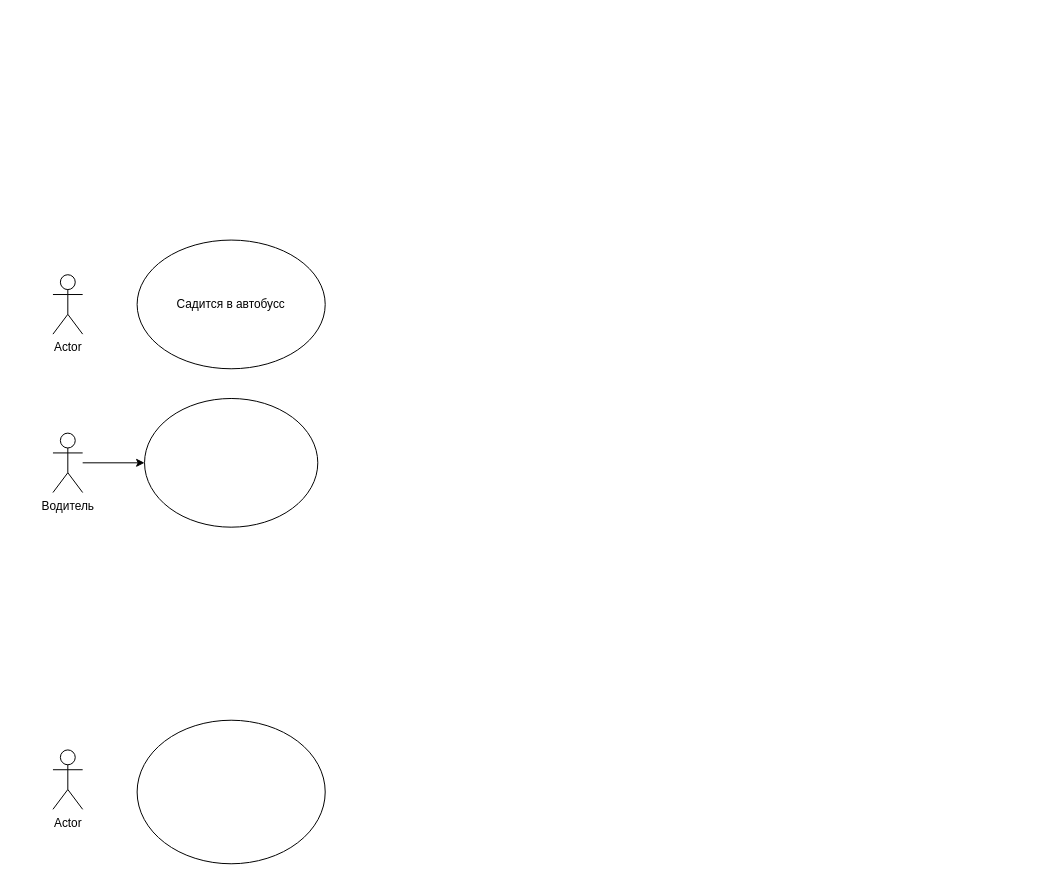
Earlier version of the draw.io diagram Диаграмма класссааааа без названия.drawio (L0g1sT/Raports.PZ.). Source tidied: cells renumbered, new cells numbered last; positions are measured from the earlier drawing's top-left corner, leaving out a move shared by most shapes. Both pictures are drawn from the tidied source at 99%, with x=0, y=0 at pixel (52, 240).
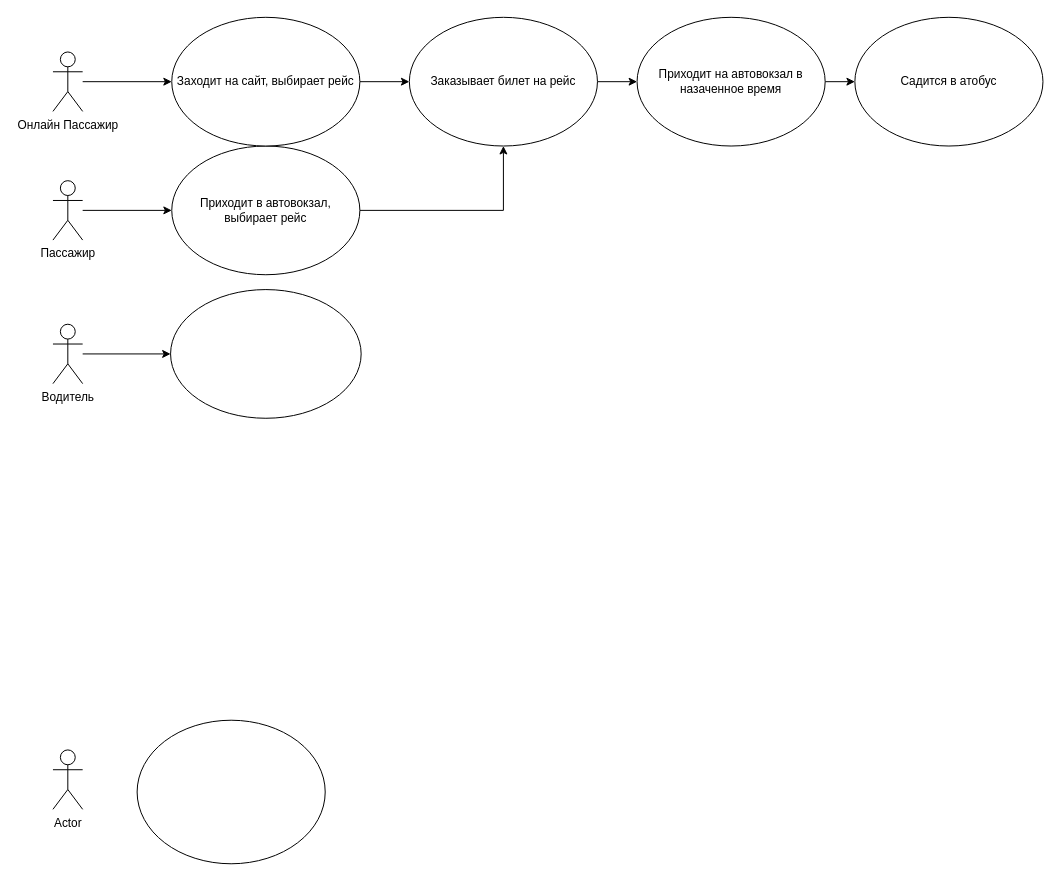
The same page after the edit.

Diff of the diagram source:
```diff
@@
 <mxGraphModel>
   <root>
     <mxCell id="0" />
     <mxCell id="1" parent="0" />
-    <mxCell id="2" style="edgeStyle=orthogonalEdgeStyle;rounded=0;jettySize=auto;html=1;" parent="1" edge="1" source="3" target="6">
+    <mxCell id="2" style="edgeStyle=orthogonalEdgeStyle;rounded=0;jettySize=auto;html=1;entryX=0;entryY=0.5;entryDx=0;entryDy=0;" parent="1" edge="1" source="3" target="6">
       <mxGeometry relative="1" as="geometry" />
     </mxCell>
     <mxCell id="3" value="Водитель&lt;br&gt;" style="shape=umlActor;verticalLabelPosition=bottom;verticalAlign=top;html=1;outlineConnect=0;" parent="1" vertex="1">
-      <mxGeometry y="195" width="30" height="60" as="geometry" />
+      <mxGeometry y="85" width="30" height="60" as="geometry" />
     </mxCell>
+    <mxCell id="9" style="edgeStyle=orthogonalEdgeStyle;rounded=0;jettySize=auto;html=1;" parent="1" edge="1" source="4" target="7">
+      <mxGeometry relative="1" as="geometry" />
+    </mxCell>
-    <mxCell id="4" value="Actor" style="shape=umlActor;verticalLabelPosition=bottom;verticalAlign=top;html=1;outlineConnect=0;" parent="1" vertex="1">
-      <mxGeometry y="35" width="30" height="60" as="geometry" />
+    <mxCell id="4" value="Пассажир&lt;br&gt;" style="shape=umlActor;verticalLabelPosition=bottom;verticalAlign=top;html=1;outlineConnect=0;" parent="1" vertex="1">
+      <mxGeometry y="-60" width="30" height="60" as="geometry" />
     </mxCell>
     <mxCell id="5" value="Actor" style="shape=umlActor;verticalLabelPosition=bottom;verticalAlign=top;html=1;" parent="1" vertex="1">
       <mxGeometry y="515" width="30" height="60" as="geometry" />
     </mxCell>
     <mxCell id="6" style="ellipse;whiteSpace=wrap;html=1;" parent="1" vertex="1">
-      <mxGeometry x="92.5" y="160" width="175" height="130" as="geometry" />
+      <mxGeometry x="118.8" y="50" width="192.5" height="130" as="geometry" />
     </mxCell>
+    <mxCell id="10" style="edgeStyle=orthogonalEdgeStyle;rounded=0;jettySize=auto;html=1;entryX=0.5;entryY=1;entryDx=0;entryDy=0;" parent="1" edge="1" source="7" target="14">
+      <mxGeometry relative="1" as="geometry" />
+    </mxCell>
-    <mxCell id="7" value="Садится в автобусс" style="ellipse;whiteSpace=wrap;html=1;" parent="1" vertex="1">
-      <mxGeometry x="85" width="190" height="130" as="geometry" />
+    <mxCell id="7" value="Приходит в автовокзал, выбирает рейс" style="ellipse;whiteSpace=wrap;html=1;" parent="1" vertex="1">
+      <mxGeometry x="120" y="-95" width="190" height="130" as="geometry" />
     </mxCell>
     <mxCell id="8" style="ellipse;whiteSpace=wrap;html=1;" parent="1" vertex="1">
       <mxGeometry x="85" y="485" width="190" height="145" as="geometry" />
     </mxCell>
+    <mxCell id="11" style="edgeStyle=orthogonalEdgeStyle;rounded=0;jettySize=auto;html=1;exitX=1;exitY=0.5;exitDx=0;exitDy=0;" parent="1" edge="1" source="12" target="14">
+      <mxGeometry relative="1" as="geometry" />
+    </mxCell>
+    <mxCell id="12" value="Заходит на сайт, выбирает рейс" style="ellipse;whiteSpace=wrap;html=1;" parent="1" vertex="1">
+      <mxGeometry x="120" y="-225" width="190" height="130" as="geometry" />
+    </mxCell>
+    <mxCell id="13" style="edgeStyle=orthogonalEdgeStyle;rounded=0;jettySize=auto;html=1;exitX=1;exitY=0.5;exitDx=0;exitDy=0;" parent="1" edge="1" source="14" target="18">
+      <mxGeometry relative="1" as="geometry" />
+    </mxCell>
+    <mxCell id="14" value="Заказывает билет на рейс&lt;br&gt;" style="ellipse;whiteSpace=wrap;html=1;" parent="1" vertex="1">
+      <mxGeometry x="360" y="-225" width="190" height="130" as="geometry" />
+    </mxCell>
+    <mxCell id="15" style="edgeStyle=orthogonalEdgeStyle;rounded=0;jettySize=auto;html=1;" parent="1" edge="1" source="16" target="12">
+      <mxGeometry relative="1" as="geometry" />
+    </mxCell>
+    <mxCell id="16" value="Онлайн Пассажир" style="shape=umlActor;verticalLabelPosition=bottom;verticalAlign=top;html=1;outlineConnect=0;" parent="1" vertex="1">
+      <mxGeometry y="-190" width="30" height="60" as="geometry" />
+    </mxCell>
+    <mxCell id="17" style="edgeStyle=orthogonalEdgeStyle;rounded=0;jettySize=auto;html=1;exitX=1;exitY=0.5;exitDx=0;exitDy=0;entryX=0;entryY=0.5;entryDx=0;entryDy=0;" parent="1" edge="1" source="18" target="19">
+      <mxGeometry relative="1" as="geometry" />
+    </mxCell>
+    <mxCell id="18" value="Приходит на автовокзал в назаченное время" style="ellipse;whiteSpace=wrap;html=1;" parent="1" vertex="1">
+      <mxGeometry x="590" y="-225" width="190" height="130" as="geometry" />
+    </mxCell>
+    <mxCell id="19" value="Садится в атобус" style="ellipse;whiteSpace=wrap;html=1;" parent="1" vertex="1">
+      <mxGeometry x="810" y="-225" width="190" height="130" as="geometry" />
+    </mxCell>
   </root>
 </mxGraphModel>
```
